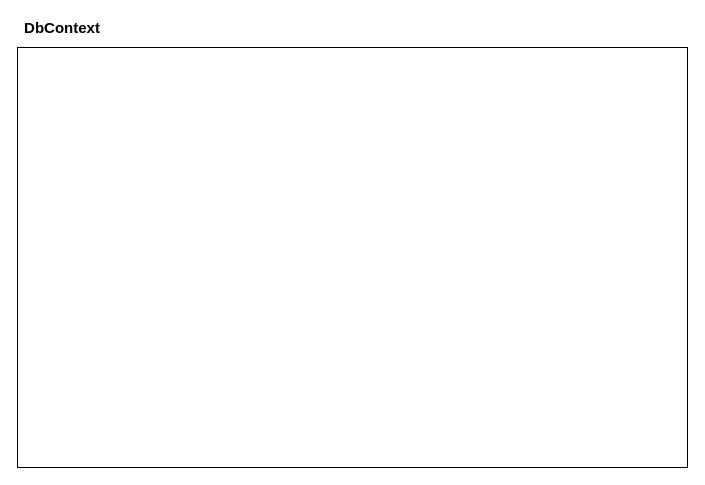
Before: page "EF CORE" (2 of 2) of Draws.drawio in zcomert/btk-akademi-aspnet-core-mvc-bootcamp-samsun, a draw.io diagram. Source tidied: cells renumbered, new cells numbered last; positions are measured from the earlier drawing's top-left corner, leaving out a move shared by most shapes. Both pictures are drawn from the tidied source at 100%, with x=0, y=0 at pixel (17, 17).
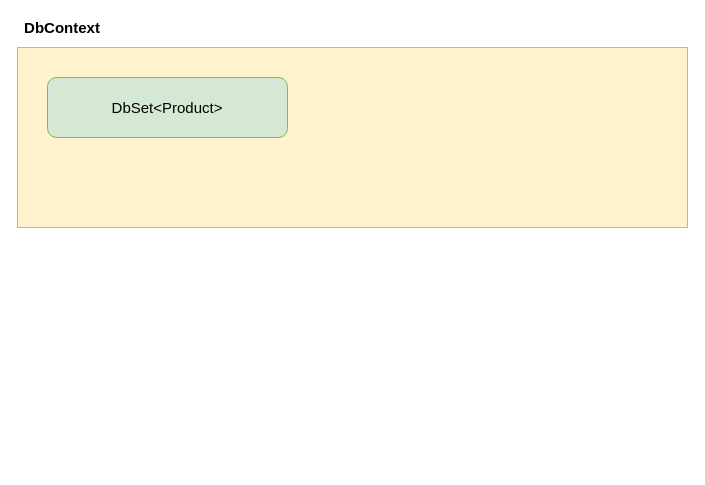
Above is the later version.

The edit, as a diff of the source:
```diff
@@
 <mxGraphModel>
   <root>
     <mxCell id="0" />
     <mxCell id="1" parent="0" />
-    <mxCell id="2" style="rounded=0;whiteSpace=wrap;html=1;" parent="1" vertex="1">
-      <mxGeometry y="30" width="670" height="420" as="geometry" />
+    <mxCell id="2" style="rounded=0;whiteSpace=wrap;html=1;fillColor=#fff2cc;strokeColor=#d6b656;" parent="1" vertex="1">
+      <mxGeometry y="30" width="670" height="180" as="geometry" />
     </mxCell>
     <mxCell id="3" value="DbContext" style="text;html=1;strokeColor=none;fillColor=none;align=center;verticalAlign=middle;whiteSpace=wrap;rounded=0;fontSize=15;fontStyle=1;" parent="1" vertex="1">
       <mxGeometry width="90" height="20" as="geometry" />
     </mxCell>
+    <mxCell id="4" value="DbSet&amp;lt;Product&amp;gt;" style="rounded=1;whiteSpace=wrap;html=1;fontSize=15;fillColor=#d5e8d4;strokeColor=#82b366;" parent="1" vertex="1">
+      <mxGeometry x="30" y="60" width="240" height="60" as="geometry" />
+    </mxCell>
   </root>
 </mxGraphModel>
```
